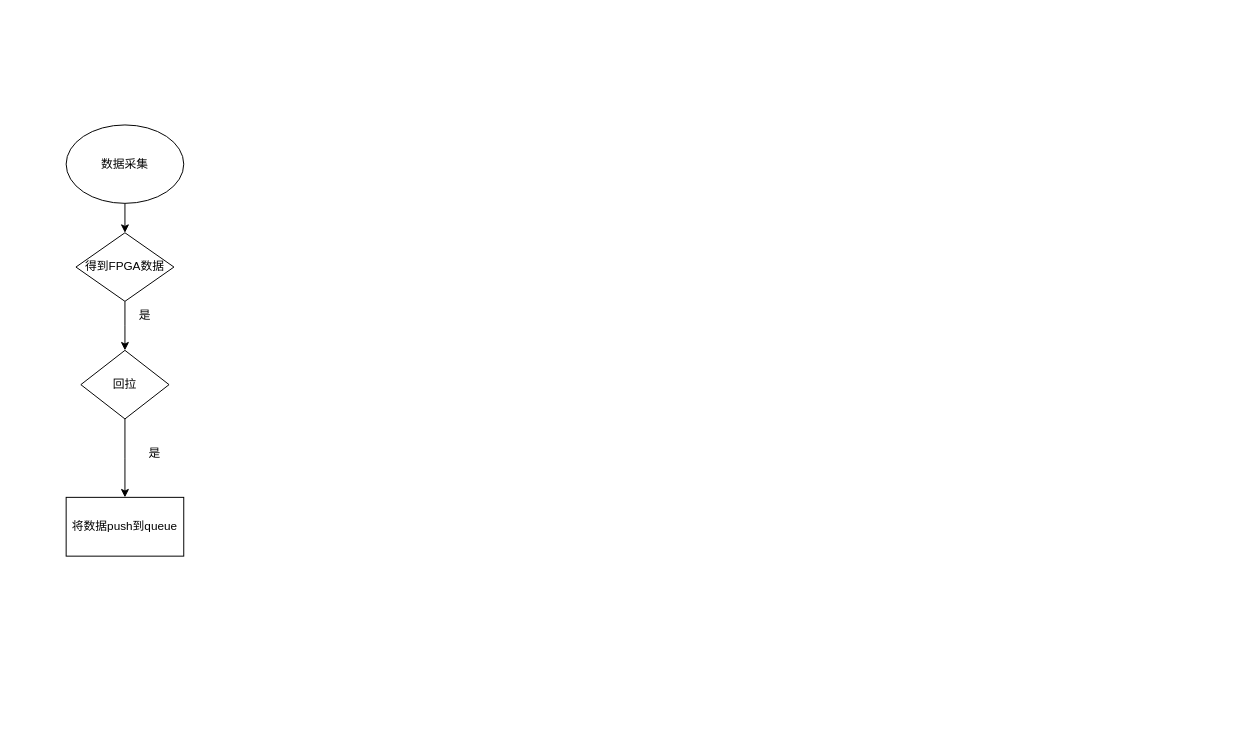
Above: 回拉流程.drawio in zhouzhihui12/Drawio_drawing (draw.io), before the change. Source tidied: cells renumbered, new cells numbered last; positions are measured from the earlier drawing's top-left corner, leaving out a move shared by most shapes. Both pictures are drawn from the tidied source at 98%, with x=0, y=0 at pixel (66, 124).
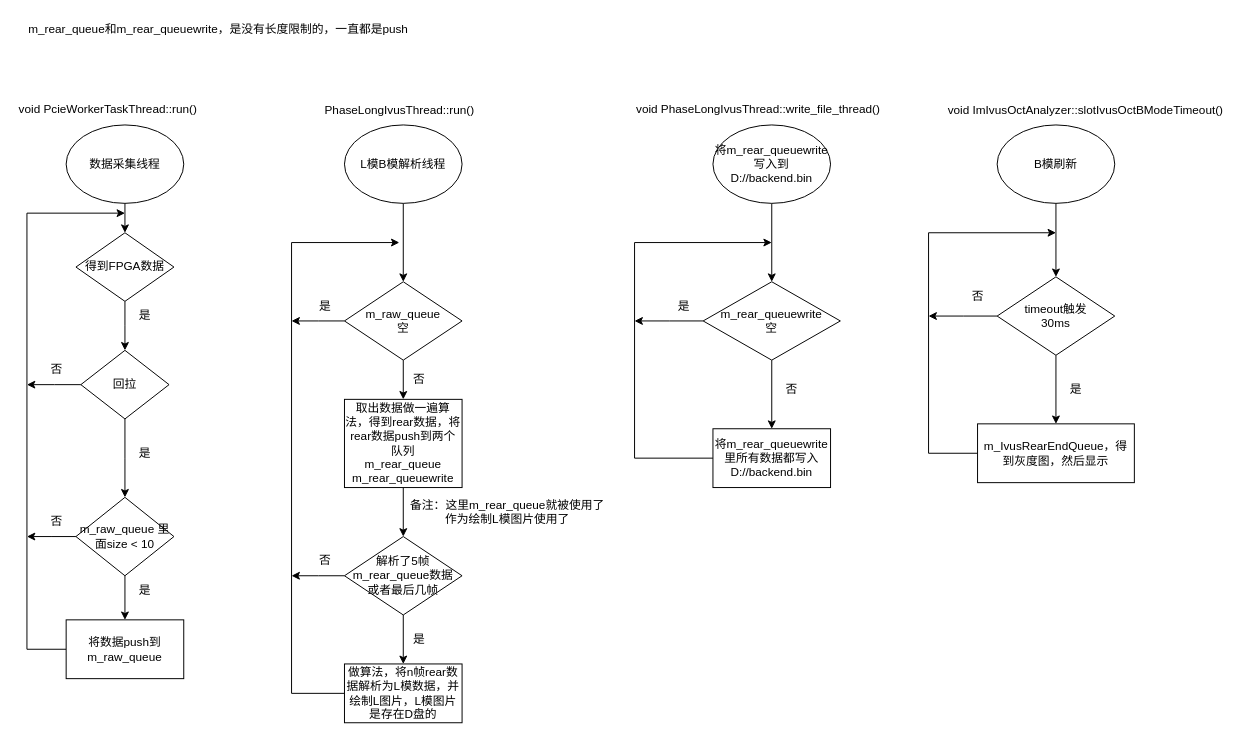
The same diagram, later.

Commit message (it also covers changes not shown here):
更新回拉流程.drawio

The change refers to these unchanged cells:
```xml
<mxCell id="7" value="回拉" style="rhombus;whiteSpace=wrap;html=1;" parent="1" vertex="1">
  <mxGeometry x="15" y="230" width="90" height="70" as="geometry" />
</mxCell>
```

What changed in the source:
```diff
@@
-    <mxCell id="3" value="数据采集" style="ellipse;whiteSpace=wrap;html=1;" parent="1" vertex="1">
+    <mxCell id="3" value="数据采集线程" style="ellipse;whiteSpace=wrap;html=1;" parent="1" vertex="1">
       <mxGeometry width="120" height="80" as="geometry" />
     </mxCell>
@@
+    <mxCell id="11" style="edgeStyle=orthogonalEdgeStyle;rounded=0;jettySize=auto;html=1;" parent="1" edge="1" source="7">
+      <mxGeometry relative="1" as="geometry">
+        <mxPoint x="-40" y="265" as="targetPoint" />
+      </mxGeometry>
+    </mxCell>
@@
     <mxCell id="8" value="是" style="text;html=1;align=center;verticalAlign=middle;strokeColor=none;fillColor=none;" parent="1" vertex="1">
-      <mxGeometry x="70" y="320" width="40" height="30" as="geometry" />
+      <mxGeometry x="60" y="320" width="40" height="30" as="geometry" />
     </mxCell>
@@
+    <mxCell id="12" style="edgeStyle=orthogonalEdgeStyle;rounded=0;jettySize=auto;html=1;" parent="1" edge="1" source="10">
+      <mxGeometry relative="1" as="geometry">
+        <mxPoint x="60" y="90" as="targetPoint" />
+        <Array as="points">
+          <mxPoint x="-40" y="535" />
+          <mxPoint x="-40" y="90" />
+        </Array>
+      </mxGeometry>
+    </mxCell>
-    <mxCell id="10" value="将数据push到queue" style="rounded=0;whiteSpace=wrap;html=1;" parent="1" vertex="1">
-      <mxGeometry y="380" width="120" height="60" as="geometry" />
+    <mxCell id="10" value="将数据push到m_raw_queue" style="rounded=0;whiteSpace=wrap;html=1;" parent="1" vertex="1">
+      <mxGeometry y="505" width="120" height="60" as="geometry" />
     </mxCell>
+    <mxCell id="13" style="edgeStyle=orthogonalEdgeStyle;rounded=0;jettySize=auto;html=1;entryX=0.5;entryY=0;entryDx=0;entryDy=0;" parent="1" edge="1" source="15" target="10">
+      <mxGeometry relative="1" as="geometry" />
+    </mxCell>
+    <mxCell id="14" style="edgeStyle=orthogonalEdgeStyle;rounded=0;jettySize=auto;html=1;" parent="1" edge="1" source="15">
+      <mxGeometry relative="1" as="geometry">
+        <mxPoint x="-40" y="420" as="targetPoint" />
+      </mxGeometry>
+    </mxCell>
+    <mxCell id="15" value="m_raw_queue 里面size &amp;lt; 10" style="rhombus;whiteSpace=wrap;html=1;" parent="1" vertex="1">
+      <mxGeometry x="10" y="380" width="100" height="80" as="geometry" />
+    </mxCell>
+    <mxCell id="16" value="否" style="text;html=1;align=center;verticalAlign=middle;strokeColor=none;fillColor=none;" parent="1" vertex="1">
+      <mxGeometry x="-30" y="235" width="40" height="30" as="geometry" />
+    </mxCell>
+    <mxCell id="17" value="否" style="text;html=1;align=center;verticalAlign=middle;strokeColor=none;fillColor=none;" parent="1" vertex="1">
+      <mxGeometry x="-30" y="390" width="40" height="30" as="geometry" />
+    </mxCell>
+    <mxCell id="18" value="是" style="text;html=1;align=center;verticalAlign=middle;strokeColor=none;fillColor=none;" parent="1" vertex="1">
+      <mxGeometry x="60" y="460" width="40" height="30" as="geometry" />
+    </mxCell>
+    <mxCell id="19" value="void PcieWorkerTaskThread::run()" style="text;whiteSpace=wrap;html=1;" parent="1" vertex="1">
+      <mxGeometry x="-50" y="-30" width="220" height="40" as="geometry" />
+    </mxCell>
+    <mxCell id="20" value="PhaseLongIvusThread::run()" style="text;html=1;align=center;verticalAlign=middle;strokeColor=none;fillColor=none;" parent="1" vertex="1">
+      <mxGeometry x="250" y="-30" width="180" height="30" as="geometry" />
+    </mxCell>
+    <mxCell id="21" style="edgeStyle=orthogonalEdgeStyle;rounded=0;jettySize=auto;html=1;" parent="1" edge="1" source="22" target="26">
+      <mxGeometry relative="1" as="geometry" />
+    </mxCell>
+    <mxCell id="22" value="L模B模解析线程" style="ellipse;whiteSpace=wrap;html=1;" parent="1" vertex="1">
+      <mxGeometry x="284" width="120" height="80" as="geometry" />
+    </mxCell>
+    <mxCell id="23" style="edgeStyle=orthogonalEdgeStyle;rounded=0;jettySize=auto;html=1;" parent="1" edge="1" source="26" target="28">
+      <mxGeometry relative="1" as="geometry" />
+    </mxCell>
+    <mxCell id="24" style="edgeStyle=orthogonalEdgeStyle;rounded=0;jettySize=auto;html=1;exitX=0;exitY=0.5;exitDx=0;exitDy=0;" parent="1" edge="1" source="32">
+      <mxGeometry relative="1" as="geometry">
+        <mxPoint x="340" y="120" as="targetPoint" />
+        <Array as="points">
+          <mxPoint x="230" y="580" />
+          <mxPoint x="230" y="120" />
+        </Array>
+      </mxGeometry>
+    </mxCell>
+    <mxCell id="25" style="edgeStyle=orthogonalEdgeStyle;rounded=0;jettySize=auto;html=1;" parent="1" edge="1" source="26">
+      <mxGeometry relative="1" as="geometry">
+        <mxPoint x="230" y="200" as="targetPoint" />
+      </mxGeometry>
+    </mxCell>
+    <mxCell id="26" value="m_raw_queue&lt;br&gt;空" style="rhombus;whiteSpace=wrap;html=1;" parent="1" vertex="1">
+      <mxGeometry x="284" y="160" width="120" height="80" as="geometry" />
+    </mxCell>
+    <mxCell id="27" style="edgeStyle=orthogonalEdgeStyle;rounded=0;jettySize=auto;html=1;entryX=0.5;entryY=0;entryDx=0;entryDy=0;" parent="1" edge="1" source="28" target="31">
+      <mxGeometry relative="1" as="geometry">
+        <Array as="points">
+          <mxPoint x="344" y="420" />
+          <mxPoint x="344" y="420" />
+        </Array>
+      </mxGeometry>
+    </mxCell>
+    <mxCell id="28" value="取出数据做一遍算法，得到rear数据，将rear数据push到两个队列&lt;br&gt;m_rear_queue&lt;br style=&quot;border-color: var(--border-color);&quot;&gt;m_rear_queuewrite" style="whiteSpace=wrap;html=1;" parent="1" vertex="1">
+      <mxGeometry x="284" y="280" width="120" height="90" as="geometry" />
+    </mxCell>
+    <mxCell id="29" style="edgeStyle=orthogonalEdgeStyle;rounded=0;jettySize=auto;html=1;" parent="1" edge="1" source="31" target="32">
+      <mxGeometry relative="1" as="geometry" />
+    </mxCell>
+    <mxCell id="30" style="edgeStyle=orthogonalEdgeStyle;rounded=0;jettySize=auto;html=1;" parent="1" edge="1" source="31">
+      <mxGeometry relative="1" as="geometry">
+        <mxPoint x="230" y="460" as="targetPoint" />
+      </mxGeometry>
+    </mxCell>
+    <mxCell id="31" value="解析了5帧m_rear_queue数据&lt;br&gt;或者最后几帧" style="rhombus;whiteSpace=wrap;html=1;" parent="1" vertex="1">
+      <mxGeometry x="284" y="420" width="120" height="80" as="geometry" />
+    </mxCell>
+    <mxCell id="32" value="做算法，将n帧rear数据解析为L模数据，并绘制L图片，L模图片是存在D盘的" style="whiteSpace=wrap;html=1;" parent="1" vertex="1">
+      <mxGeometry x="284" y="550" width="120" height="60" as="geometry" />
+    </mxCell>
+    <mxCell id="33" value="否" style="text;html=1;align=center;verticalAlign=middle;strokeColor=none;fillColor=none;" parent="1" vertex="1">
+      <mxGeometry x="340" y="245" width="40" height="30" as="geometry" />
+    </mxCell>
+    <mxCell id="34" value="是" style="text;html=1;align=center;verticalAlign=middle;strokeColor=none;fillColor=none;" parent="1" vertex="1">
+      <mxGeometry x="244" y="170" width="40" height="30" as="geometry" />
+    </mxCell>
+    <mxCell id="35" value="否" style="text;html=1;align=center;verticalAlign=middle;strokeColor=none;fillColor=none;" parent="1" vertex="1">
+      <mxGeometry x="244" y="430" width="40" height="30" as="geometry" />
+    </mxCell>
+    <mxCell id="36" value="是" style="text;html=1;align=center;verticalAlign=middle;strokeColor=none;fillColor=none;" parent="1" vertex="1">
+      <mxGeometry x="340" y="510" width="40" height="30" as="geometry" />
+    </mxCell>
+    <mxCell id="37" value="备注：这里m_rear_queue就被使用了&lt;br&gt;作为绘制L模图片使用了" style="text;html=1;align=center;verticalAlign=middle;strokeColor=none;fillColor=none;" parent="1" vertex="1">
+      <mxGeometry x="340" y="375" width="220" height="40" as="geometry" />
+    </mxCell>
+    <mxCell id="38" value="void PhaseLongIvusThread::write_file_thread()" style="text;whiteSpace=wrap;html=1;" parent="1" vertex="1">
+      <mxGeometry x="580" y="-30" width="280" height="30" as="geometry" />
+    </mxCell>
+    <mxCell id="39" style="edgeStyle=orthogonalEdgeStyle;rounded=0;jettySize=auto;html=1;" parent="1" edge="1" source="40" target="43">
+      <mxGeometry relative="1" as="geometry" />
+    </mxCell>
+    <mxCell id="40" value="将m_rear_queuewrite&lt;br&gt;写入到D://backend.bin" style="ellipse;whiteSpace=wrap;html=1;" parent="1" vertex="1">
+      <mxGeometry x="660" width="120" height="80" as="geometry" />
+    </mxCell>
+    <mxCell id="41" style="edgeStyle=orthogonalEdgeStyle;rounded=0;jettySize=auto;html=1;" parent="1" edge="1" source="43" target="45">
+      <mxGeometry relative="1" as="geometry" />
+    </mxCell>
+    <mxCell id="42" style="edgeStyle=orthogonalEdgeStyle;rounded=0;jettySize=auto;html=1;" parent="1" edge="1" source="43">
+      <mxGeometry relative="1" as="geometry">
+        <mxPoint x="580" y="200" as="targetPoint" />
+      </mxGeometry>
+    </mxCell>
+    <mxCell id="43" value="m_rear_queuewrite&lt;br&gt;空" style="rhombus;whiteSpace=wrap;html=1;" parent="1" vertex="1">
+      <mxGeometry x="650" y="160" width="140" height="80" as="geometry" />
+    </mxCell>
+    <mxCell id="44" style="edgeStyle=orthogonalEdgeStyle;rounded=0;jettySize=auto;html=1;" parent="1" edge="1" source="45">
+      <mxGeometry relative="1" as="geometry">
+        <mxPoint x="720" y="120" as="targetPoint" />
+        <Array as="points">
+          <mxPoint x="580" y="340" />
+          <mxPoint x="580" y="120" />
+        </Array>
+      </mxGeometry>
+    </mxCell>
+    <mxCell id="45" value="将m_rear_queuewrite&lt;br&gt;里所有数据都写入&lt;br&gt;D://backend.bin" style="whiteSpace=wrap;html=1;" parent="1" vertex="1">
+      <mxGeometry x="660" y="310" width="120" height="60" as="geometry" />
+    </mxCell>
+    <mxCell id="46" value="是" style="text;html=1;align=center;verticalAlign=middle;strokeColor=none;fillColor=none;" parent="1" vertex="1">
+      <mxGeometry x="610" y="170" width="40" height="30" as="geometry" />
+    </mxCell>
+    <mxCell id="47" value="否" style="text;html=1;align=center;verticalAlign=middle;strokeColor=none;fillColor=none;" parent="1" vertex="1">
+      <mxGeometry x="720" y="255" width="40" height="30" as="geometry" />
+    </mxCell>
+    <mxCell id="48" value="m_rear_queue和&lt;span style=&quot;&quot;&gt;m_rear_queuewrite，是没有长度限制的，一直都是push&lt;br&gt;&lt;br&gt;&lt;/span&gt;" style="text;html=1;align=center;verticalAlign=middle;strokeColor=none;fillColor=none;" parent="1" vertex="1">
+      <mxGeometry x="-50" y="-110" width="410" height="40" as="geometry" />
+    </mxCell>
+    <mxCell id="49" style="edgeStyle=orthogonalEdgeStyle;rounded=0;jettySize=auto;html=1;" parent="1" edge="1" source="50" target="56">
+      <mxGeometry relative="1" as="geometry" />
+    </mxCell>
+    <mxCell id="50" value="B模刷新" style="ellipse;whiteSpace=wrap;html=1;" parent="1" vertex="1">
+      <mxGeometry x="950" width="120" height="80" as="geometry" />
+    </mxCell>
+    <mxCell id="51" value="void ImIvusOctAnalyzer::slotIvusOctBModeTimeout()" style="text;html=1;align=center;verticalAlign=middle;strokeColor=none;fillColor=none;" parent="1" vertex="1">
+      <mxGeometry x="890" y="-30" width="300" height="30" as="geometry" />
+    </mxCell>
+    <mxCell id="52" style="edgeStyle=orthogonalEdgeStyle;rounded=0;jettySize=auto;html=1;" parent="1" edge="1" source="53">
+      <mxGeometry relative="1" as="geometry">
+        <mxPoint x="1010" y="110" as="targetPoint" />
+        <Array as="points">
+          <mxPoint x="880" y="335" />
+          <mxPoint x="880" y="110" />
+        </Array>
+      </mxGeometry>
+    </mxCell>
+    <mxCell id="53" value="m_IvusRearEndQueue，得到灰度图，然后显示" style="whiteSpace=wrap;html=1;" parent="1" vertex="1">
+      <mxGeometry x="930" y="305" width="160" height="60" as="geometry" />
+    </mxCell>
+    <mxCell id="54" style="edgeStyle=orthogonalEdgeStyle;rounded=0;jettySize=auto;html=1;entryX=0.5;entryY=0;entryDx=0;entryDy=0;" parent="1" edge="1" source="56" target="53">
+      <mxGeometry relative="1" as="geometry" />
+    </mxCell>
+    <mxCell id="55" style="edgeStyle=orthogonalEdgeStyle;rounded=0;jettySize=auto;html=1;exitX=0;exitY=0.5;exitDx=0;exitDy=0;" parent="1" edge="1" source="56">
+      <mxGeometry relative="1" as="geometry">
+        <mxPoint x="880" y="195" as="targetPoint" />
+      </mxGeometry>
+    </mxCell>
+    <mxCell id="56" value="timeout触发&lt;br&gt;30ms" style="rhombus;whiteSpace=wrap;html=1;" parent="1" vertex="1">
+      <mxGeometry x="950" y="155" width="120" height="80" as="geometry" />
+    </mxCell>
+    <mxCell id="57" value="是" style="text;html=1;align=center;verticalAlign=middle;strokeColor=none;fillColor=none;" parent="1" vertex="1">
+      <mxGeometry x="1010" y="255" width="40" height="30" as="geometry" />
+    </mxCell>
+    <mxCell id="58" value="否" style="text;html=1;align=center;verticalAlign=middle;strokeColor=none;fillColor=none;" parent="1" vertex="1">
+      <mxGeometry x="910" y="160" width="40" height="30" as="geometry" />
+    </mxCell>
```
